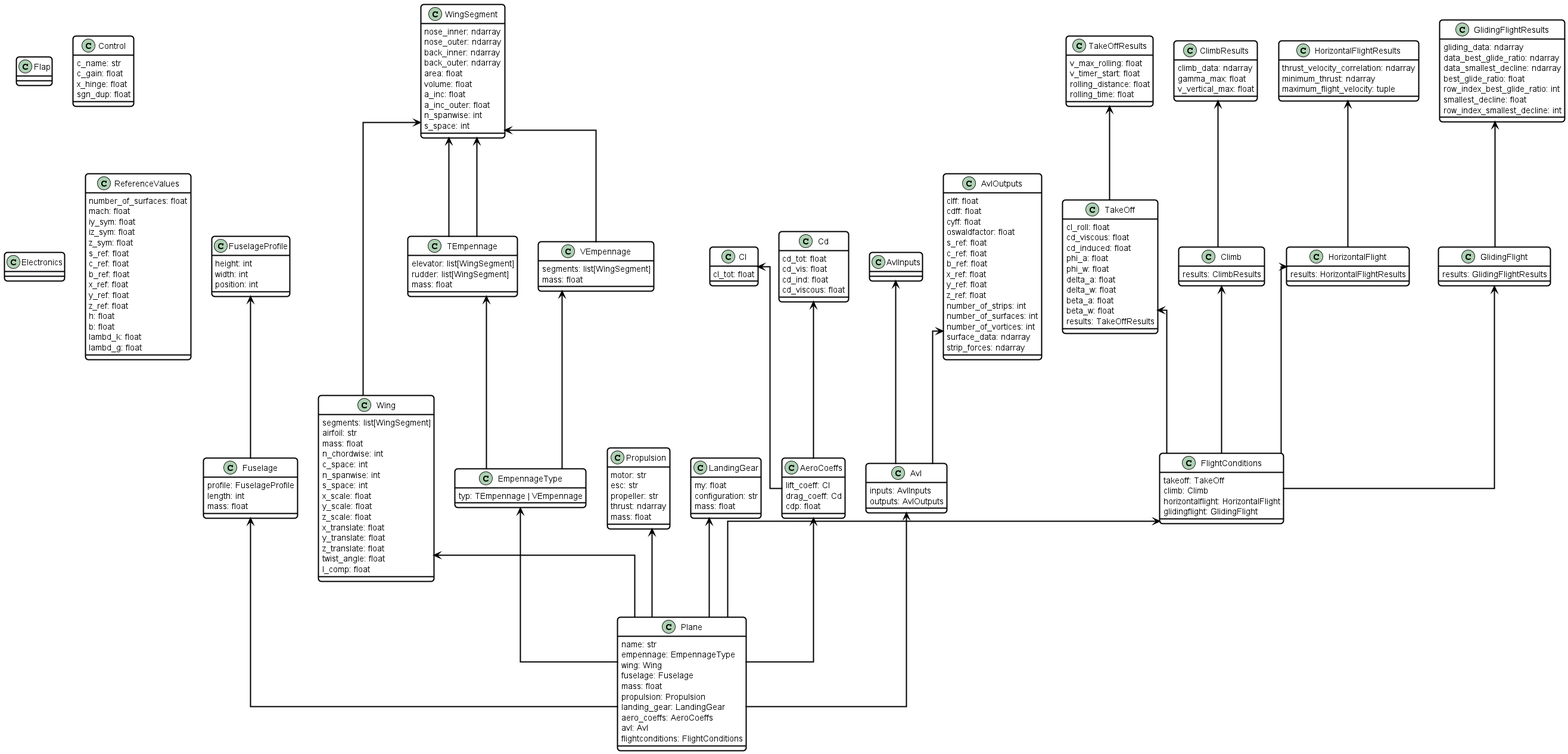
This is doc/uml/test.png from TheHenrik/mace, a PlantUML export, as it was before one commit.
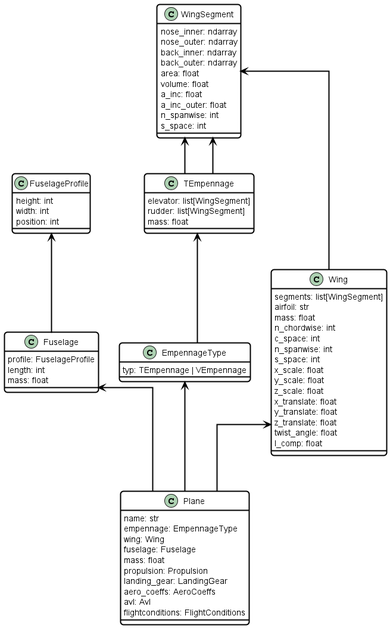
The same diagram one commit later.

Diff of the diagram source:
```diff
@@ -11,37 +11,43 @@
         RoundCorner 10
     }
 </style>
-class FuselageProfile {
-height: int
-width: int
-position: int
+class EmpennageType {
+typ: TEmpennage | VEmpennage
 }
+TEmpennage <-- EmpennageType
 class Fuselage {
 profile: FuselageProfile
 length: int
 mass: float
 }
 FuselageProfile <-- Fuselage
-class Flap {
+class FuselageProfile {
+height: int
+width: int
+position: int
 }
-class Control {
-c_name: str
-c_gain: float
-x_hinge: float
-sgn_dup: float
+class Plane {
+name: str
+empennage: EmpennageType
+wing: Wing
+fuselage: Fuselage
+mass: float
+propulsion: Propulsion
+landing_gear: LandingGear
+aero_coeffs: AeroCoeffs
+avl: Avl
+flightconditions: FlightConditions
 }
-class WingSegment {
-nose_inner: ndarray
-nose_outer: ndarray
-back_inner: ndarray
-back_outer: ndarray
-area: float
-volume: float
-a_inc: float
-a_inc_outer: float
-n_spanwise: int
-s_space: int
+EmpennageType <-- Plane
+Wing <-- Plane
+Fuselage <-- Plane
+class TEmpennage {
+elevator: list[WingSegment]
+rudder: list[WingSegment]
+mass: float
 }
+WingSegment <-- TEmpennage
+WingSegment <-- TEmpennage
 class Wing {
 segments: list[WingSegment]
 airfoil: str
@@ -60,173 +66,16 @@
 l_comp: float
 }
 WingSegment <-- Wing
-class TEmpennage {
-elevator: list[WingSegment]
-rudder: list[WingSegment]
-mass: float
+class WingSegment {
+nose_inner: ndarray
+nose_outer: ndarray
+back_inner: ndarray
+back_outer: ndarray
+area: float
+volume: float
+a_inc: float
+a_inc_outer: float
+n_spanwise: int
+s_space: int
 }
-WingSegment <-- TEmpennage
-WingSegment <-- TEmpennage
-class VEmpennage {
-segments: list[WingSegment]
-mass: float
-}
-WingSegment <-- VEmpennage
-class EmpennageType {
-typ: TEmpennage | VEmpennage
-}
-TEmpennage <-- EmpennageType
-VEmpennage <-- EmpennageType
-class Propulsion {
-motor: str
-esc: str
-propeller: str
-thrust: ndarray
-mass: float
-}
-class LandingGear {
-my: float
-configuration: str
-mass: float
-}
-class Electronics {
-}
-class ReferenceValues {
-number_of_surfaces: float
-mach: float
-iy_sym: float
-iz_sym: float
-z_sym: float
-s_ref: float
-c_ref: float
-b_ref: float
-x_ref: float
-y_ref: float
-z_ref: float
-h: float
-b: float
-lambd_k: float
-lambd_g: float
-}
-class Cl {
-cl_tot: float
-}
-class Cd {
-cd_tot: float
-cd_vis: float
-cd_ind: float
-cd_viscous: float
-}
-class AeroCoeffs {
-lift_coeff: Cl
-drag_coeff: Cd
-cdp: float
-}
-Cl <-- AeroCoeffs
-Cd <-- AeroCoeffs
-class AvlInputs {
-}
-class AvlOutputs {
-clff: float
-cdff: float
-cyff: float
-oswaldfactor: float
-s_ref: float
-c_ref: float
-b_ref: float
-x_ref: float
-y_ref: float
-z_ref: float
-number_of_strips: int
-number_of_surfaces: int
-number_of_vortices: int
-surface_data: ndarray
-strip_forces: ndarray
-}
-class Avl {
-inputs: AvlInputs
-outputs: AvlOutputs
-}
-AvlInputs <-- Avl
-AvlOutputs <-- Avl
-class TakeOffResults {
-v_max_rolling: float
-v_timer_start: float
-rolling_distance: float
-rolling_time: float
-}
-class TakeOff {
-cl_roll: float
-cd_viscous: float
-cd_induced: float
-phi_a: float
-phi_w: float
-delta_a: float
-delta_w: float
-beta_a: float
-beta_w: float
-results: TakeOffResults
-}
-TakeOffResults <-- TakeOff
-class ClimbResults {
-climb_data: ndarray
-gamma_max: float
-v_vertical_max: float
-}
-class Climb {
-results: ClimbResults
-}
-ClimbResults <-- Climb
-class HorizontalFlightResults {
-thrust_velocity_correlation: ndarray
-minimum_thrust: ndarray
-maximum_flight_velocity: tuple
-}
-class HorizontalFlight {
-results: HorizontalFlightResults
-}
-HorizontalFlightResults <-- HorizontalFlight
-class GlidingFlightResults {
-gliding_data: ndarray
-data_best_glide_ratio: ndarray
-data_smallest_decline: ndarray
-best_glide_ratio: float
-row_index_best_glide_ratio: int
-smallest_decline: float
-row_index_smallest_decline: int
-}
-class GlidingFlight {
-results: GlidingFlightResults
-}
-GlidingFlightResults <-- GlidingFlight
-class FlightConditions {
-takeoff: TakeOff
-climb: Climb
-horizontalflight: HorizontalFlight
-glidingflight: GlidingFlight
-}
-TakeOff <-- FlightConditions
-Climb <-- FlightConditions
-HorizontalFlight <-- FlightConditions
-GlidingFlight <-- FlightConditions
-class Plane {
-name: str
-empennage: EmpennageType
-wing: Wing
-fuselage: Fuselage
-mass: float
-propulsion: Propulsion
-landing_gear: LandingGear
-aero_coeffs: AeroCoeffs
-avl: Avl
-flightconditions: FlightConditions
-}
-EmpennageType <-- Plane
-Wing <-- Plane
-Fuselage <-- Plane
-Propulsion <-- Plane
-LandingGear <-- Plane
-AeroCoeffs <-- Plane
-Avl <-- Plane
-FlightConditions <-- Plane
 @enduml
```
